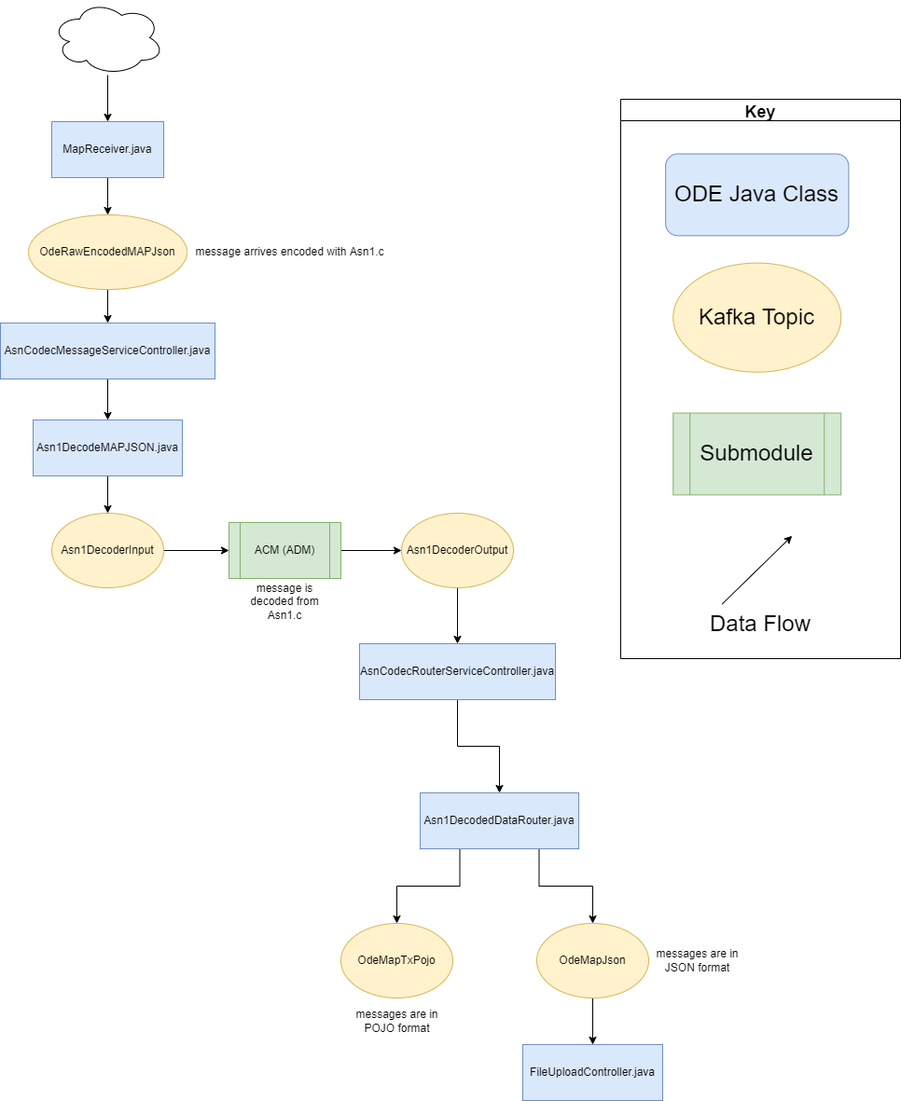
Above: docs/data-flow-diagrams/map/MAP Data Flow.drawio.png in usdot-jpo-ode/jpo-ode (draw.io), before the change. Source tidied: cells renumbered, new cells last; positions are measured from the earlier drawing's top-left corner, leaving out a move shared by most shapes.
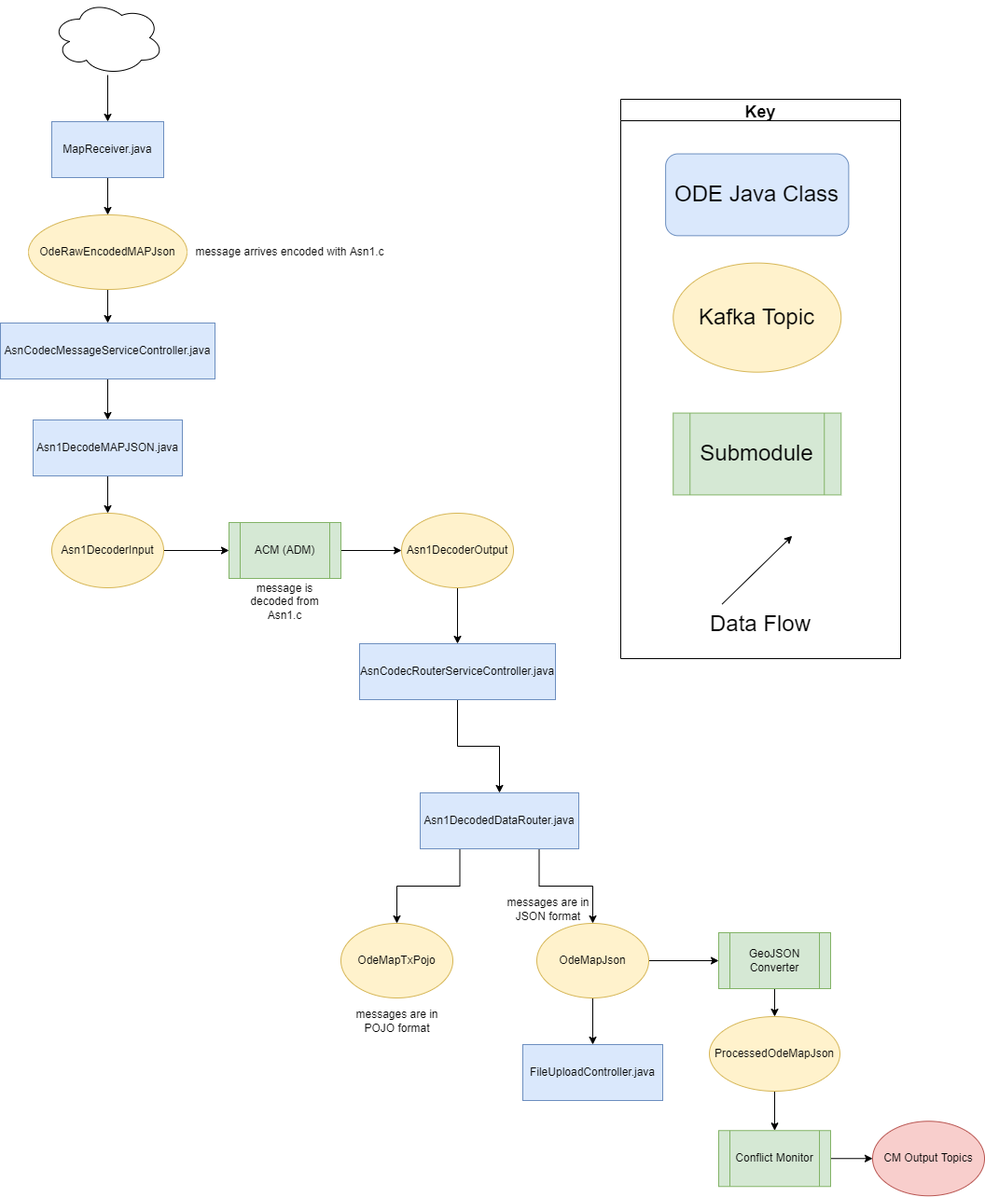
Later version of the same file.

Commit message:
Updated data flow diagrams to include GeoJSON Converter & Conflict Monitor modules.

What changed in the source:
```diff
@@ -95,6 +95,9 @@
     <mxCell id="31" style="edgeStyle=orthogonalEdgeStyle;rounded=0;jettySize=auto;html=1;" parent="1" edge="1" source="32" target="29">
       <mxGeometry relative="1" as="geometry" />
     </mxCell>
+    <mxCell id="38" style="edgeStyle=orthogonalEdgeStyle;rounded=0;jettySize=auto;html=1;" parent="1" edge="1" source="32" target="40">
+      <mxGeometry relative="1" as="geometry" />
+    </mxCell>
     <mxCell id="32" value="OdeMapJson" style="ellipse;whiteSpace=wrap;html=1;fillColor=#fff2cc;strokeColor=#d6b656;" parent="1" vertex="1">
       <mxGeometry x="575" y="990" width="120" height="80" as="geometry" />
     </mxCell>
@@ -111,7 +114,28 @@
       <mxGeometry x="372.5" y="1070" width="105" height="50" as="geometry" />
     </mxCell>
     <mxCell id="37" value="messages are in JSON format" style="text;html=1;strokeColor=none;fillColor=none;align=center;verticalAlign=middle;whiteSpace=wrap;rounded=0;" parent="1" vertex="1">
-      <mxGeometry x="695" y="1005" width="105" height="50" as="geometry" />
+      <mxGeometry x="535" y="950" width="105" height="50" as="geometry" />
     </mxCell>
+    <mxCell id="39" style="edgeStyle=orthogonalEdgeStyle;rounded=0;jettySize=auto;html=1;" parent="1" edge="1" source="40" target="45">
+      <mxGeometry relative="1" as="geometry" />
+    </mxCell>
+    <mxCell id="40" value="GeoJSON Converter" style="shape=process;whiteSpace=wrap;html=1;backgroundOutline=1;fillColor=#d5e8d4;strokeColor=#82b366;" parent="1" vertex="1">
+      <mxGeometry x="770" y="1000" width="120" height="60" as="geometry" />
+    </mxCell>
+    <mxCell id="41" style="edgeStyle=none;rounded=0;jettySize=auto;html=1;" parent="1" edge="1" source="42" target="43">
+      <mxGeometry relative="1" as="geometry" />
+    </mxCell>
+    <mxCell id="42" value="Conflict Monitor" style="shape=process;whiteSpace=wrap;html=1;backgroundOutline=1;fillColor=#d5e8d4;strokeColor=#82b366;" parent="1" vertex="1">
+      <mxGeometry x="770" y="1212.2" width="120" height="60" as="geometry" />
+    </mxCell>
+    <mxCell id="43" value="CM Output Topics" style="ellipse;whiteSpace=wrap;html=1;fillColor=#f8cecc;strokeColor=#b85450;" parent="1" vertex="1">
+      <mxGeometry x="935" y="1202.2" width="120" height="80" as="geometry" />
+    </mxCell>
+    <mxCell id="44" style="edgeStyle=orthogonalEdgeStyle;rounded=0;jettySize=auto;html=1;" parent="1" edge="1" source="45" target="42">
+      <mxGeometry relative="1" as="geometry" />
+    </mxCell>
+    <mxCell id="45" value="ProcessedOdeMapJson" style="ellipse;whiteSpace=wrap;html=1;fillColor=#fff2cc;strokeColor=#d6b656;" parent="1" vertex="1">
+      <mxGeometry x="760" y="1090" width="140" height="80" as="geometry" />
+    </mxCell>
   </root>
 </mxGraphModel>
```
